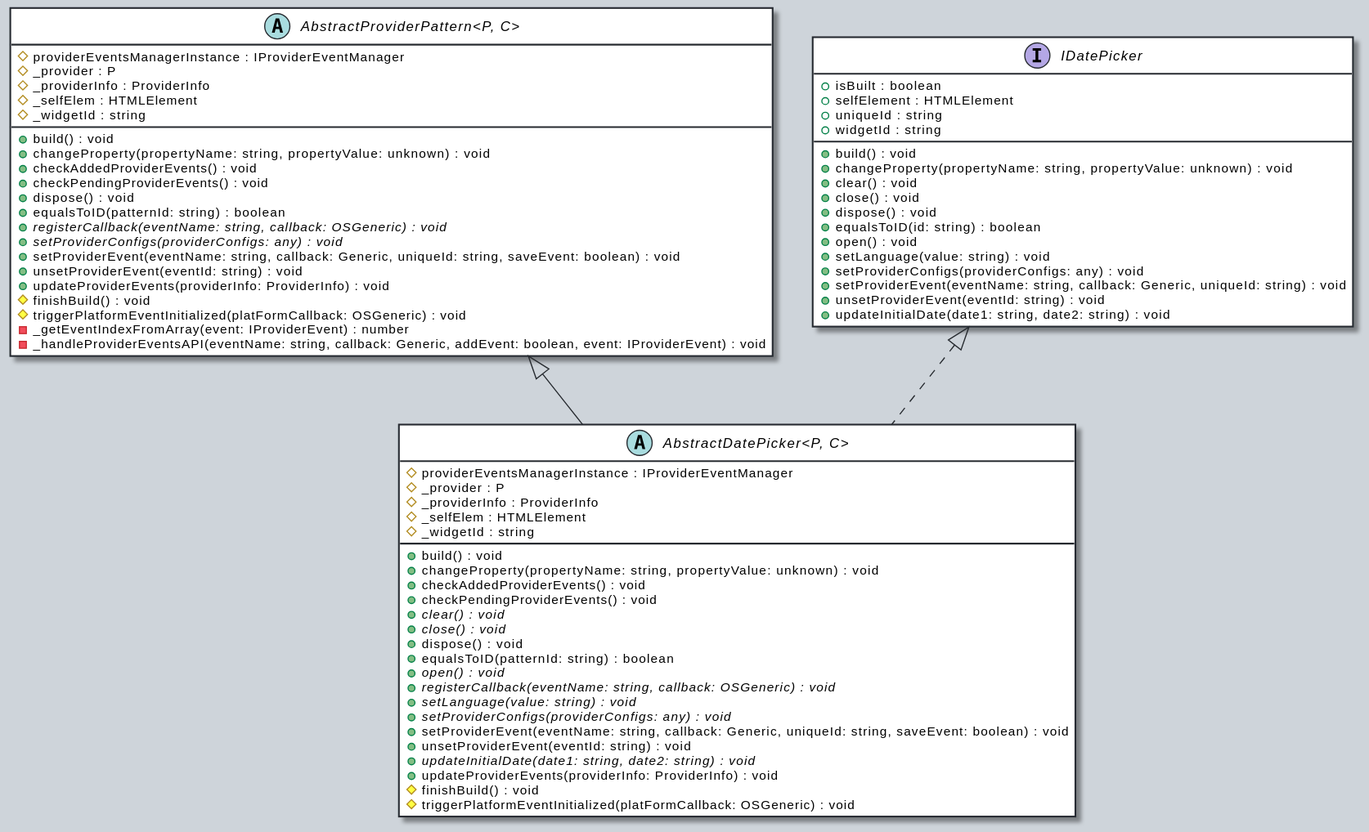
This is docs/assets/AbstractDatePicker-umlClassDiagram-2737.svg from OutSystems/outsystems-ui, a PlantUML export, as it was before one commit. Source of this version:
```plantuml
@startuml
skinparam ClassArrowColor #272b30
skinparam ClassBorderColor #272b30
skinparam ClassBackgroundColor #fff
skinparam BackgroundColor #ced4da
hide empty methods
hide empty fields
abstract class "AbstractDatePicker<P, C>" {
    #providerEventsManagerInstance : IProviderEventManager
    #_provider : P
    #_providerInfo : ProviderInfo
    #_selfElem : HTMLElement
    #_widgetId : string
    +build() : void
    +changeProperty(propertyName: string, propertyValue: unknown) : void
    +checkAddedProviderEvents() : void
    +checkPendingProviderEvents() : void
    {abstract} +clear() : void
    {abstract} +close() : void
    +dispose() : void
    +equalsToID(patternId: string) : boolean
    {abstract} +open() : void
    {abstract} +registerCallback(eventName: string, callback: OSGeneric) : void
    {abstract} +setLanguage(value: string) : void
    {abstract} +setProviderConfigs(providerConfigs: any) : void
    +setProviderEvent(eventName: string, callback: Generic, uniqueId: string, saveEvent: boolean) : void
    +unsetProviderEvent(eventId: string) : void
    {abstract} +updateInitialDate(date1: string, date2: string) : void
    +updateProviderEvents(providerInfo: ProviderInfo) : void
    #finishBuild() : void
    #triggerPlatformEventInitialized(platFormCallback: OSGeneric) : void
}
abstract class "AbstractProviderPattern<P, C>" {
    #providerEventsManagerInstance : IProviderEventManager
    #_provider : P
    #_providerInfo : ProviderInfo
    #_selfElem : HTMLElement
    #_widgetId : string
    +build() : void
    +changeProperty(propertyName: string, propertyValue: unknown) : void
    +checkAddedProviderEvents() : void
    +checkPendingProviderEvents() : void
    +dispose() : void
    +equalsToID(patternId: string) : boolean
    {abstract} +registerCallback(eventName: string, callback: OSGeneric) : void
    {abstract} +setProviderConfigs(providerConfigs: any) : void
    +setProviderEvent(eventName: string, callback: Generic, uniqueId: string, saveEvent: boolean) : void
    +unsetProviderEvent(eventId: string) : void
    +updateProviderEvents(providerInfo: ProviderInfo) : void
    #finishBuild() : void
    #triggerPlatformEventInitialized(platFormCallback: OSGeneric) : void
    -_getEventIndexFromArray(event: IProviderEvent) : number
    -_handleProviderEventsAPI(eventName: string, callback: Generic, addEvent: boolean, event: IProviderEvent) : void
}
"AbstractProviderPattern<P, C>" <|-- "AbstractDatePicker<P, C>"
interface "IDatePicker" {
    +isBuilt : boolean
    +selfElement : HTMLElement
    +uniqueId : string
    +widgetId : string
    +build() : void
    +changeProperty(propertyName: string, propertyValue: unknown) : void
    +clear() : void
    +close() : void
    +dispose() : void
    +equalsToID(id: string) : boolean
    +open() : void
    +setLanguage(value: string) : void
    +setProviderConfigs(providerConfigs: any) : void
    +setProviderEvent(eventName: string, callback: Generic, uniqueId: string) : void
    +unsetProviderEvent(eventId: string) : void
    +updateInitialDate(date1: string, date2: string) : void
}
"IDatePicker" <|.. "AbstractDatePicker<P, C>"
@enduml
```
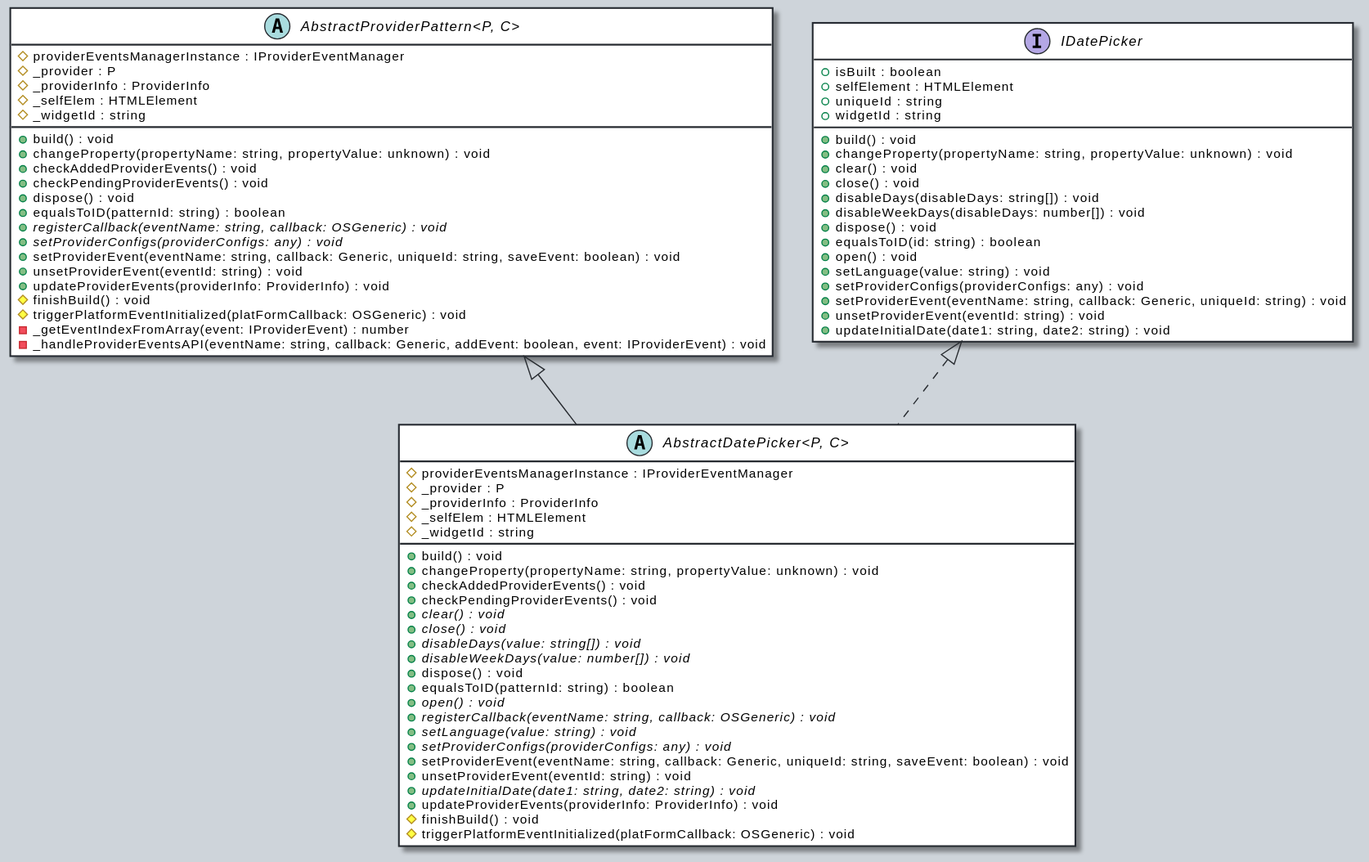
After the change.

Change to the diagram source:
```diff
@@ -17,6 +17,8 @@
     +checkPendingProviderEvents() : void
     {abstract} +clear() : void
     {abstract} +close() : void
+    {abstract} +disableDays(value: string[]) : void
+    {abstract} +disableWeekDays(value: number[]) : void
     +dispose() : void
     +equalsToID(patternId: string) : boolean
     {abstract} +open() : void
@@ -62,6 +64,8 @@
     +changeProperty(propertyName: string, propertyValue: unknown) : void
     +clear() : void
     +close() : void
+    +disableDays(disableDays: string[]) : void
+    +disableWeekDays(disableDays: number[]) : void
     +dispose() : void
     +equalsToID(id: string) : boolean
     +open() : void
```
